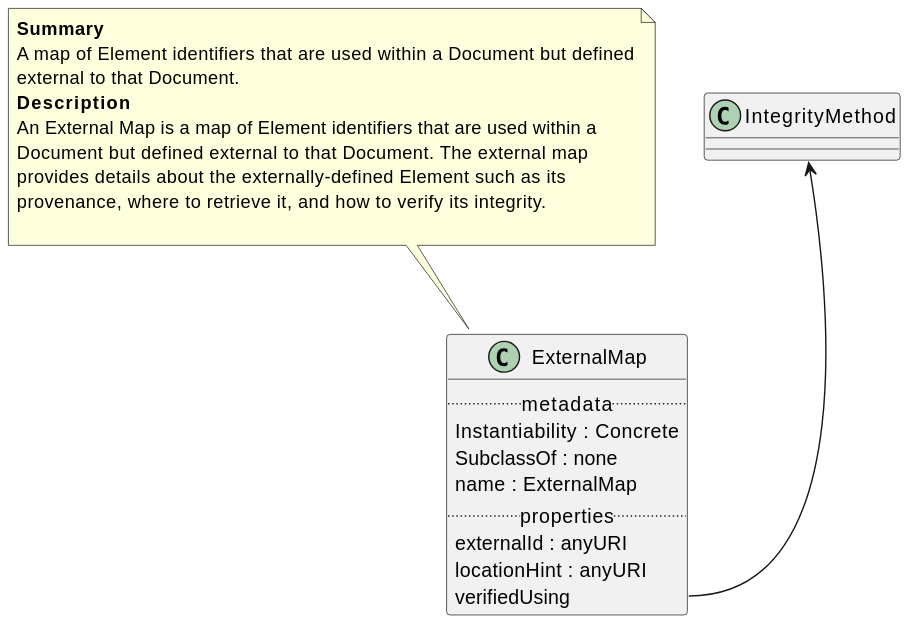
The PlantUML diagram Classes/ExternalMap.svg in maxhbr/spec-parser.hs, before a commit.
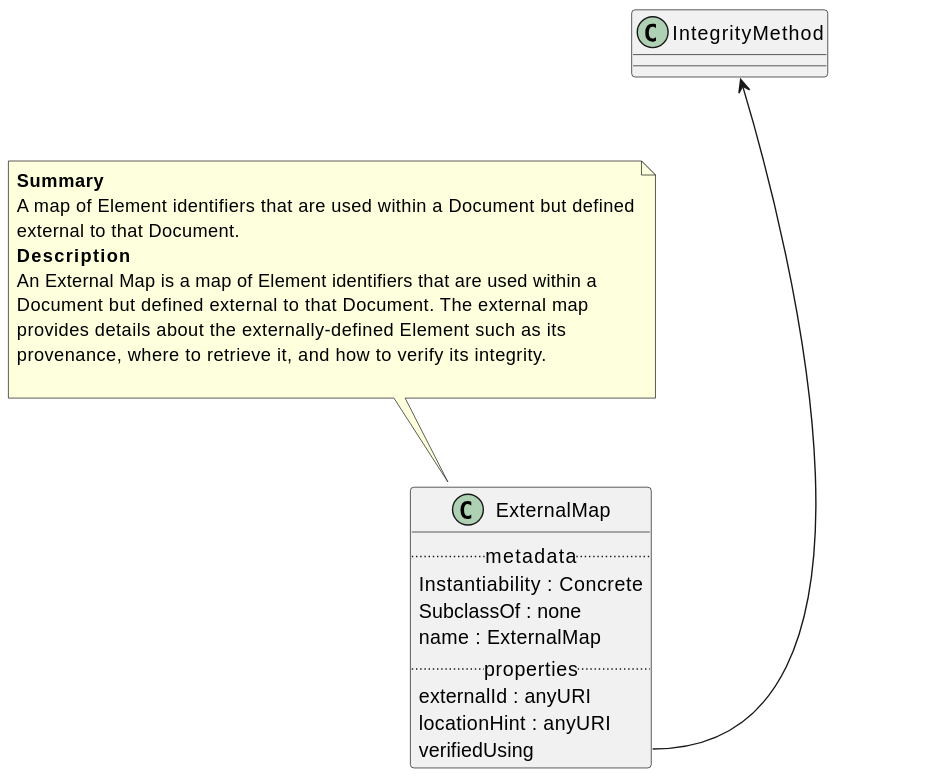
After the commit.

Change to the diagram source:
```diff
@@ -20,5 +20,5 @@
 provenance, where to retrieve it, and how to verify its integrity.
 
 end note
-"IntegrityMethod" <-- "ExternalMap::verifiedUsing"
+"IntegrityMethod" <--- "ExternalMap::verifiedUsing"
 @enduml
```
